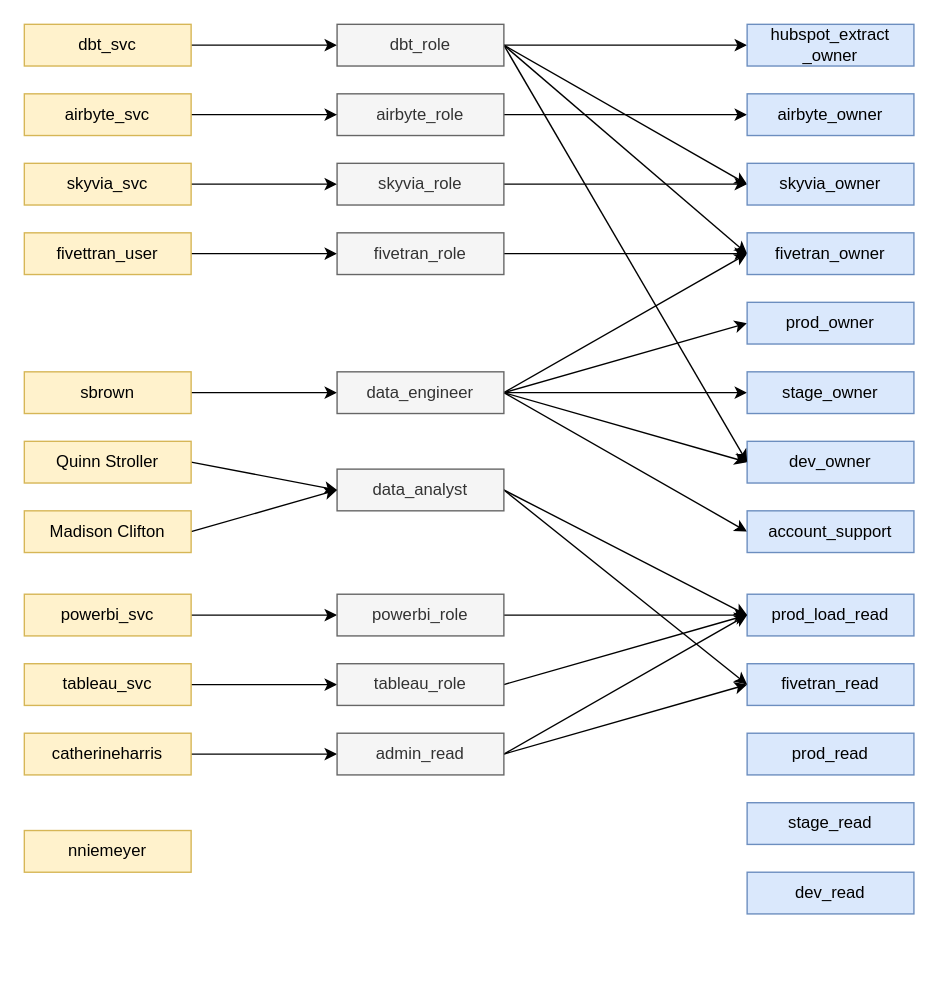
Above: Documentation/Snowflake Security Diagram.drawio in samsolo512/Transactly (draw.io), before the change. Source tidied: cells renumbered, new cells numbered last; positions are measured from the earlier drawing's top-left corner, leaving out a move shared by most shapes. Both pictures are drawn from the tidied source at 139%, with x=0, y=0 at pixel (24, 24).
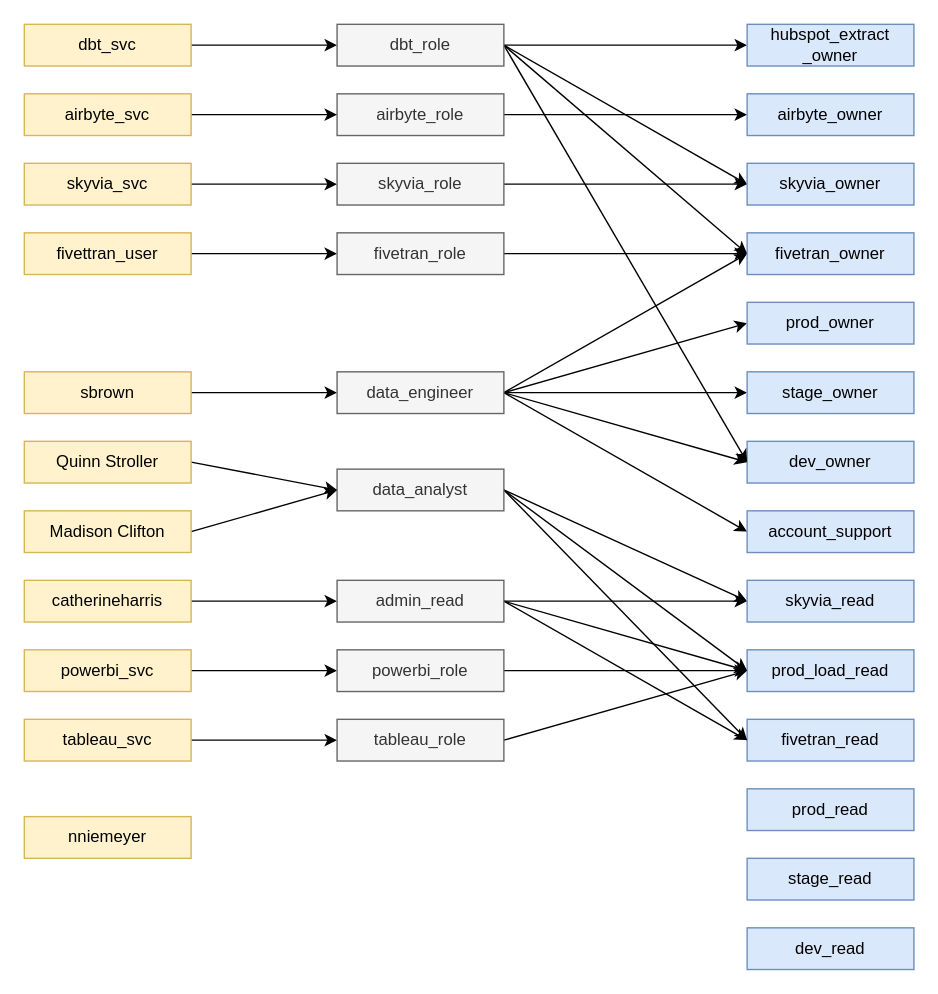
The same page after the edit.

Unchanged cells that the change refers to:
```xml
<mxCell id="36" value="data_analyst" style="rounded=0;whiteSpace=wrap;html=1;fillColor=#f5f5f5;fontColor=#333333;strokeColor=#666666;" parent="1" vertex="1">
  <mxGeometry x="225" y="320" width="120" height="30" as="geometry" />
</mxCell>
```

Change to the diagram source:
```diff
@@
     <mxCell id="7" value="powerbi_svc" style="rounded=0;whiteSpace=wrap;html=1;fillColor=#fff2cc;strokeColor=#d6b656;" parent="1" vertex="1">
-      <mxGeometry y="410" width="120" height="30" as="geometry" />
+      <mxGeometry y="450" width="120" height="30" as="geometry" />
     </mxCell>
@@
     <mxCell id="9" value="tableau_svc" style="rounded=0;whiteSpace=wrap;html=1;fillColor=#fff2cc;strokeColor=#d6b656;" parent="1" vertex="1">
-      <mxGeometry y="460" width="120" height="30" as="geometry" />
+      <mxGeometry y="500" width="120" height="30" as="geometry" />
     </mxCell>
@@
     <mxCell id="11" value="catherineharris" style="rounded=0;whiteSpace=wrap;html=1;fillColor=#fff2cc;strokeColor=#d6b656;" parent="1" vertex="1">
-      <mxGeometry y="510" width="120" height="30" as="geometry" />
+      <mxGeometry y="400" width="120" height="30" as="geometry" />
     </mxCell>
     <mxCell id="12" value="nniemeyer" style="rounded=0;whiteSpace=wrap;html=1;fillColor=#fff2cc;strokeColor=#d6b656;" parent="1" vertex="1">
-      <mxGeometry y="580" width="120" height="30" as="geometry" />
+      <mxGeometry y="570" width="120" height="30" as="geometry" />
     </mxCell>
@@
     <mxCell id="22" value="powerbi_role" style="rounded=0;whiteSpace=wrap;html=1;fillColor=#f5f5f5;fontColor=#333333;strokeColor=#666666;" parent="1" vertex="1">
-      <mxGeometry x="225" y="410" width="120" height="30" as="geometry" />
+      <mxGeometry x="225" y="450" width="120" height="30" as="geometry" />
     </mxCell>
@@
     <mxCell id="24" value="tableau_role" style="rounded=0;whiteSpace=wrap;html=1;fillColor=#f5f5f5;fontColor=#333333;strokeColor=#666666;" parent="1" vertex="1">
-      <mxGeometry x="225" y="460" width="120" height="30" as="geometry" />
+      <mxGeometry x="225" y="500" width="120" height="30" as="geometry" />
     </mxCell>
@@
     <mxCell id="26" value="fivetran_read" style="rounded=0;whiteSpace=wrap;html=1;fillColor=#dae8fc;strokeColor=#6c8ebf;" parent="1" vertex="1">
-      <mxGeometry x="520" y="460" width="120" height="30" as="geometry" />
+      <mxGeometry x="520" y="500" width="120" height="30" as="geometry" />
     </mxCell>
     <mxCell id="27" value="dev_read" style="rounded=0;whiteSpace=wrap;html=1;fillColor=#dae8fc;strokeColor=#6c8ebf;" parent="1" vertex="1">
-      <mxGeometry x="520" y="610" width="120" height="30" as="geometry" />
+      <mxGeometry x="520" y="650" width="120" height="30" as="geometry" />
     </mxCell>
@@
     <mxCell id="29" value="stage_read" style="rounded=0;whiteSpace=wrap;html=1;fillColor=#dae8fc;strokeColor=#6c8ebf;" parent="1" vertex="1">
-      <mxGeometry x="520" y="560" width="120" height="30" as="geometry" />
+      <mxGeometry x="520" y="600" width="120" height="30" as="geometry" />
     </mxCell>
@@
     <mxCell id="31" value="prod_load_read" style="rounded=0;whiteSpace=wrap;html=1;fillColor=#dae8fc;strokeColor=#6c8ebf;" parent="1" vertex="1">
-      <mxGeometry x="520" y="410" width="120" height="30" as="geometry" />
+      <mxGeometry x="520" y="450" width="120" height="30" as="geometry" />
     </mxCell>
     <mxCell id="32" value="prod_read" style="rounded=0;whiteSpace=wrap;html=1;fillColor=#dae8fc;strokeColor=#6c8ebf;" parent="1" vertex="1">
-      <mxGeometry x="520" y="510" width="120" height="30" as="geometry" />
+      <mxGeometry x="520" y="550" width="120" height="30" as="geometry" />
     </mxCell>
@@
+    <mxCell id="63" style="edgeStyle=none;rounded=0;jettySize=auto;html=1;entryX=0;entryY=0.5;entryDx=0;entryDy=0;exitX=1;exitY=0.5;exitDx=0;exitDy=0;" parent="1" edge="1" source="36" target="65">
+      <mxGeometry relative="1" as="geometry" />
+    </mxCell>
@@
+    <mxCell id="64" style="rounded=0;jettySize=auto;html=1;entryX=0;entryY=0.5;entryDx=0;entryDy=0;" parent="1" edge="1" source="39" target="65">
+      <mxGeometry relative="1" as="geometry" />
+    </mxCell>
     <mxCell id="39" value="admin_read" style="rounded=0;whiteSpace=wrap;html=1;fillColor=#f5f5f5;fontColor=#333333;strokeColor=#666666;" parent="1" vertex="1">
-      <mxGeometry x="225" y="510" width="120" height="30" as="geometry" />
+      <mxGeometry x="225" y="400" width="120" height="30" as="geometry" />
     </mxCell>
@@
+    <mxCell id="65" value="skyvia_read" style="rounded=0;whiteSpace=wrap;html=1;fillColor=#dae8fc;strokeColor=#6c8ebf;" parent="1" vertex="1">
+      <mxGeometry x="520" y="400" width="120" height="30" as="geometry" />
+    </mxCell>
```
